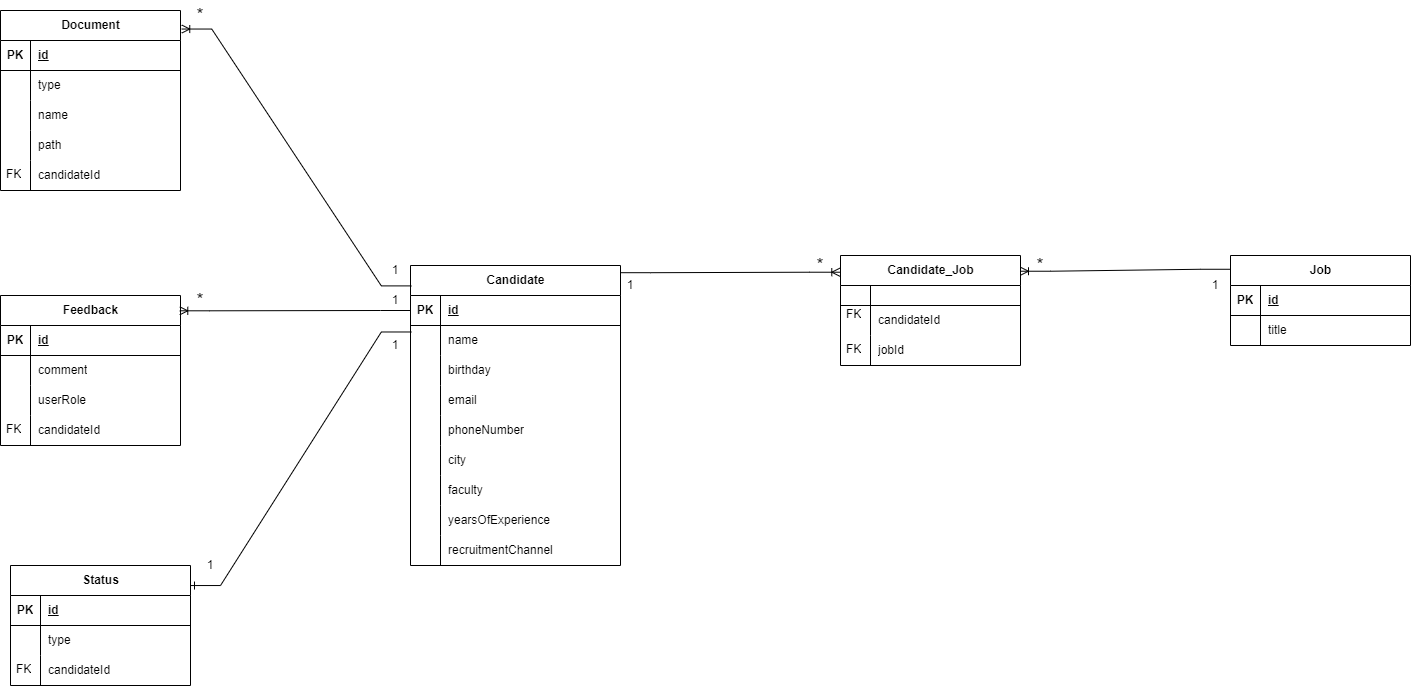
GabrielGrecu/HR-Management keeps this draw.io diagram as HR-Management/candidate-management/src/main/resources/db/cm_db_diagram.png. Above is the earlier version. Source tidied: cells renumbered, new cells last; positions are measured from the earlier drawing's top-left corner, leaving out a move shared by most shapes.
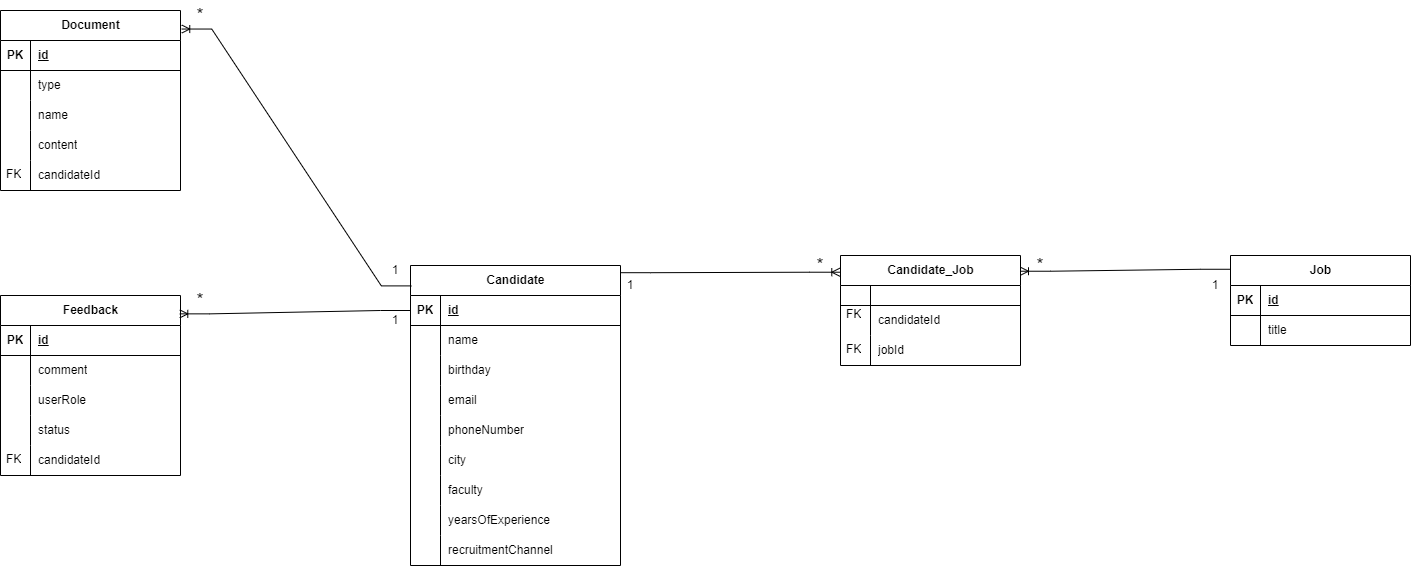
After the commit.

What changed in the source:
```diff
@@ -143,7 +143,7 @@
     <mxCell id="48" style="shape=partialRectangle;fillColor=none;top=0;left=0;bottom=0;right=0;overflow=hidden;whiteSpace=wrap;html=1;" parent="47" vertex="1">
       <mxGeometry width="30" height="30" as="geometry" />
     </mxCell>
-    <mxCell id="49" value="path" style="shape=partialRectangle;fillColor=none;top=0;left=0;bottom=0;right=0;align=left;spacingLeft=6;overflow=hidden;whiteSpace=wrap;html=1;" parent="47" vertex="1">
+    <mxCell id="49" value="content" style="shape=partialRectangle;fillColor=none;top=0;left=0;bottom=0;right=0;align=left;spacingLeft=6;overflow=hidden;whiteSpace=wrap;html=1;" parent="47" vertex="1">
       <mxGeometry x="30" width="150" height="30" as="geometry" />
     </mxCell>
     <mxCell id="50" style="shape=tableRow;horizontal=0;startSize=0;swimlaneHead=0;swimlaneBody=0;fillColor=none;top=0;left=0;right=0;bottom=0;" parent="37" vertex="1">
@@ -156,7 +156,7 @@
       <mxGeometry x="30" width="150" height="30" as="geometry" />
     </mxCell>
     <mxCell id="53" value="Feedback" style="shape=table;startSize=30;rowLines=0;fontStyle=1;align=center;html=1;" parent="1" vertex="1">
-      <mxGeometry y="295" width="180" height="150" as="geometry" />
+      <mxGeometry y="295" width="180" height="180" as="geometry" />
     </mxCell>
     <mxCell id="54" style="shape=tableRow;horizontal=0;startSize=0;swimlaneHead=0;swimlaneBody=0;fillColor=none;top=0;left=0;right=0;bottom=1;" parent="53" vertex="1">
       <mxGeometry y="30" width="180" height="30" as="geometry" />
@@ -185,8 +185,17 @@
     <mxCell id="62" value="userRole" style="shape=partialRectangle;fillColor=none;top=0;left=0;bottom=0;right=0;align=left;spacingLeft=6;overflow=hidden;whiteSpace=wrap;html=1;" parent="60" vertex="1">
       <mxGeometry x="30" width="150" height="30" as="geometry" />
     </mxCell>
+    <mxCell id="106" style="shape=tableRow;horizontal=0;startSize=0;swimlaneHead=0;swimlaneBody=0;fillColor=none;top=0;left=0;right=0;bottom=0;" parent="53" vertex="1">
+      <mxGeometry y="120" width="180" height="30" as="geometry" />
+    </mxCell>
+    <mxCell id="107" style="shape=partialRectangle;fillColor=none;top=0;left=0;bottom=0;right=0;overflow=hidden;whiteSpace=wrap;html=1;" parent="106" vertex="1">
+      <mxGeometry width="30" height="30" as="geometry" />
+    </mxCell>
+    <mxCell id="108" value="status" style="shape=partialRectangle;fillColor=none;top=0;left=0;bottom=0;right=0;align=left;spacingLeft=6;overflow=hidden;whiteSpace=wrap;html=1;" parent="106" vertex="1">
+      <mxGeometry x="30" width="150" height="30" as="geometry" />
+    </mxCell>
     <mxCell id="63" style="shape=tableRow;horizontal=0;startSize=0;swimlaneHead=0;swimlaneBody=0;fillColor=none;top=0;left=0;right=0;bottom=0;" parent="53" vertex="1">
-      <mxGeometry y="120" width="180" height="30" as="geometry" />
+      <mxGeometry y="150" width="180" height="30" as="geometry" />
     </mxCell>
     <mxCell id="64" style="shape=partialRectangle;fillColor=none;top=0;left=0;bottom=0;right=0;overflow=hidden;whiteSpace=wrap;html=1;" parent="63" vertex="1">
       <mxGeometry width="30" height="30" as="geometry" />
@@ -249,55 +258,19 @@
       <mxGeometry x="1010" y="250" width="60" height="30" as="geometry" />
     </mxCell>
     <mxCell id="84" value="FK" style="text;strokeColor=none;fillColor=none;spacingLeft=4;spacingRight=4;overflow=hidden;fontSize=12;whiteSpace=wrap;html=1;" parent="1" vertex="1">
-      <mxGeometry y="415" width="40" height="30" as="geometry" />
+      <mxGeometry y="445" width="40" height="30" as="geometry" />
     </mxCell>
     <mxCell id="85" value="FK" style="text;strokeColor=none;fillColor=none;spacingLeft=4;spacingRight=4;overflow=hidden;fontSize=12;whiteSpace=wrap;html=1;" parent="1" vertex="1">
       <mxGeometry y="160" width="40" height="30" as="geometry" />
     </mxCell>
-    <mxCell id="86" value="Status" style="shape=table;startSize=30;rowLines=0;fontStyle=1;align=center;html=1;" parent="1" vertex="1">
-      <mxGeometry x="10" y="565" width="180" height="120" as="geometry" />
-    </mxCell>
-    <mxCell id="87" style="shape=tableRow;horizontal=0;startSize=0;swimlaneHead=0;swimlaneBody=0;fillColor=none;top=0;left=0;right=0;bottom=1;" parent="86" vertex="1">
-      <mxGeometry y="30" width="180" height="30" as="geometry" />
-    </mxCell>
-    <mxCell id="88" value="PK" style="shape=partialRectangle;fillColor=none;top=0;left=0;bottom=0;right=0;fontStyle=1;overflow=hidden;whiteSpace=wrap;html=1;" parent="87" vertex="1">
-      <mxGeometry width="30" height="30" as="geometry" />
-    </mxCell>
-    <mxCell id="89" value="id" style="shape=partialRectangle;fillColor=none;top=0;left=0;bottom=0;right=0;align=left;spacingLeft=6;fontStyle=5;overflow=hidden;whiteSpace=wrap;html=1;" parent="87" vertex="1">
-      <mxGeometry x="30" width="150" height="30" as="geometry" />
-    </mxCell>
-    <mxCell id="90" style="shape=tableRow;horizontal=0;startSize=0;swimlaneHead=0;swimlaneBody=0;fillColor=none;top=0;left=0;right=0;bottom=0;" parent="86" vertex="1">
-      <mxGeometry y="60" width="180" height="30" as="geometry" />
-    </mxCell>
-    <mxCell id="91" style="shape=partialRectangle;fillColor=none;top=0;left=0;bottom=0;right=0;overflow=hidden;whiteSpace=wrap;html=1;" parent="90" vertex="1">
-      <mxGeometry width="30" height="30" as="geometry" />
-    </mxCell>
-    <mxCell id="92" value="type" style="shape=partialRectangle;fillColor=none;top=0;left=0;bottom=0;right=0;align=left;spacingLeft=6;overflow=hidden;whiteSpace=wrap;html=1;" parent="90" vertex="1">
-      <mxGeometry x="30" width="150" height="30" as="geometry" />
-    </mxCell>
-    <mxCell id="93" style="shape=tableRow;horizontal=0;startSize=0;swimlaneHead=0;swimlaneBody=0;fillColor=none;top=0;left=0;right=0;bottom=0;" parent="86" vertex="1">
-      <mxGeometry y="90" width="180" height="30" as="geometry" />
-    </mxCell>
-    <mxCell id="94" style="shape=partialRectangle;fillColor=none;top=0;left=0;bottom=0;right=0;overflow=hidden;whiteSpace=wrap;html=1;" parent="93" vertex="1">
-      <mxGeometry width="30" height="30" as="geometry" />
-    </mxCell>
-    <mxCell id="95" value="candidateId" style="shape=partialRectangle;fillColor=none;top=0;left=0;bottom=0;right=0;align=left;spacingLeft=6;overflow=hidden;whiteSpace=wrap;html=1;" parent="93" vertex="1">
-      <mxGeometry x="30" width="150" height="30" as="geometry" />
-    </mxCell>
-    <mxCell id="96" value="FK" style="text;strokeColor=none;fillColor=none;spacingLeft=4;spacingRight=4;overflow=hidden;fontSize=12;whiteSpace=wrap;html=1;" parent="1" vertex="1">
-      <mxGeometry x="10" y="655" width="40" height="30" as="geometry" />
-    </mxCell>
     <mxCell id="97" style="edgeStyle=entityRelationEdgeStyle;fontSize=12;html=1;endArrow=ERoneToMany;rounded=0;entryX=1.007;entryY=0.103;entryDx=0;entryDy=0;entryPerimeter=0;exitX=0.004;exitY=0.068;exitDx=0;exitDy=0;exitPerimeter=0;" parent="1" edge="1" source="2" target="37">
       <mxGeometry relative="1" as="geometry" />
     </mxCell>
     <mxCell id="98" style="edgeStyle=entityRelationEdgeStyle;fontSize=12;html=1;endArrow=ERoneToMany;rounded=0;entryX=0.996;entryY=0.102;entryDx=0;entryDy=0;entryPerimeter=0;exitX=0;exitY=0.5;exitDx=0;exitDy=0;" parent="1" edge="1" source="3" target="53">
       <mxGeometry relative="1" as="geometry" />
     </mxCell>
-    <mxCell id="99" style="edgeStyle=entityRelationEdgeStyle;fontSize=12;html=1;endArrow=ERone;endFill=1;rounded=0;exitX=0.004;exitY=1.216;exitDx=0;exitDy=0;exitPerimeter=0;entryX=1;entryY=0.167;entryDx=0;entryDy=0;entryPerimeter=0;" parent="1" edge="1" source="3" target="86">
-      <mxGeometry relative="1" as="geometry" />
-    </mxCell>
     <mxCell id="100" value="1" style="text;html=1;align=center;verticalAlign=middle;whiteSpace=wrap;rounded=0;" parent="1" vertex="1">
-      <mxGeometry x="365" y="285" width="60" height="30" as="geometry" />
+      <mxGeometry x="365" y="305" width="60" height="30" as="geometry" />
     </mxCell>
     <mxCell id="101" value="1" style="text;html=1;align=center;verticalAlign=middle;whiteSpace=wrap;rounded=0;" parent="1" vertex="1">
       <mxGeometry x="365" y="255" width="60" height="30" as="geometry" />
@@ -308,11 +281,5 @@
     <mxCell id="103" value="&lt;font style=&quot;font-size: 18px;&quot;&gt;*&lt;/font&gt;" style="text;html=1;align=center;verticalAlign=middle;whiteSpace=wrap;rounded=0;" parent="1" vertex="1">
       <mxGeometry x="170" width="60" height="30" as="geometry" />
     </mxCell>
-    <mxCell id="104" value="1" style="text;html=1;align=center;verticalAlign=middle;whiteSpace=wrap;rounded=0;" parent="1" vertex="1">
-      <mxGeometry x="365" y="330" width="60" height="30" as="geometry" />
-    </mxCell>
-    <mxCell id="105" value="1" style="text;html=1;align=center;verticalAlign=middle;whiteSpace=wrap;rounded=0;" parent="1" vertex="1">
-      <mxGeometry x="180" y="550" width="60" height="30" as="geometry" />
-    </mxCell>
   </root>
 </mxGraphModel>
```
